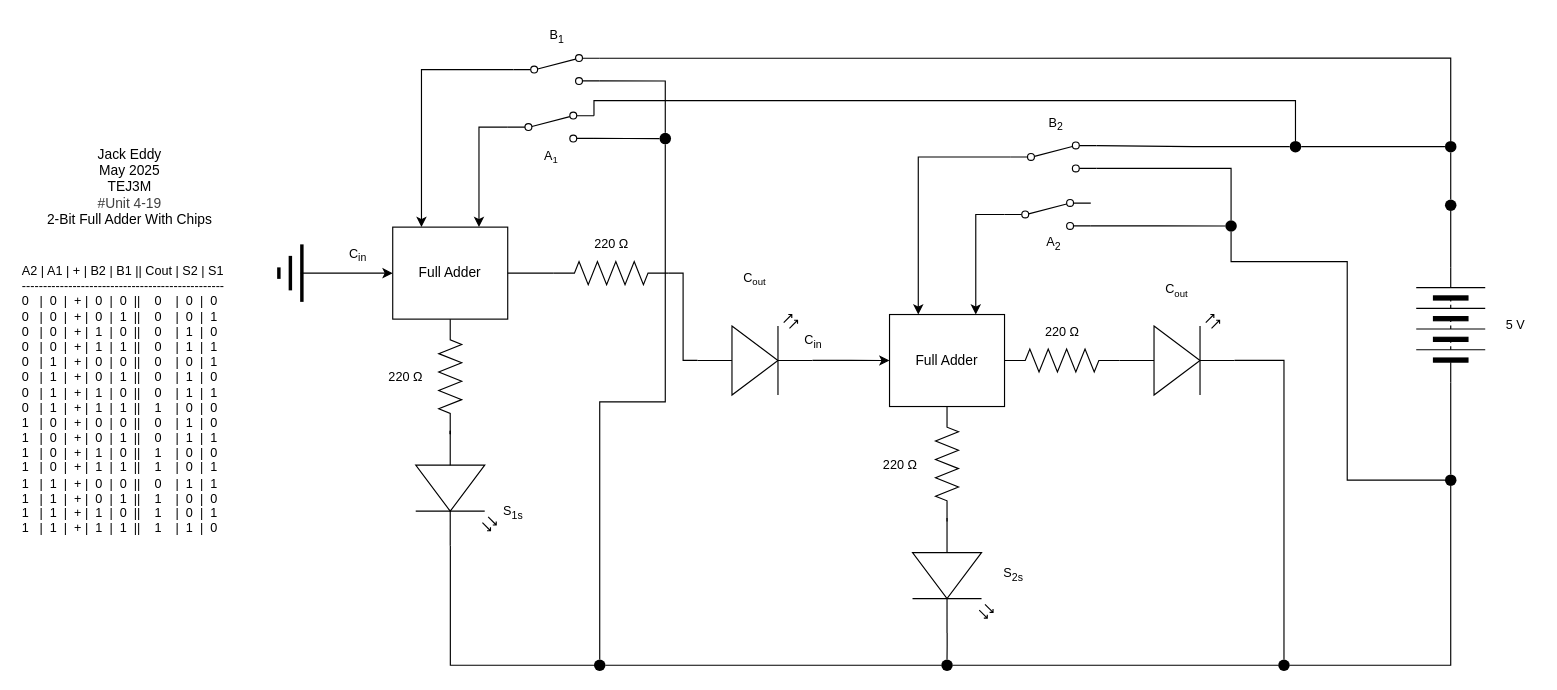
Jack-Eddy/TEJ3M-Unit4 keeps this draw.io diagram as Unit4-19.drawio. Above is the earlier version. Source tidied: cells renumbered, new cells numbered last; positions are measured from the earlier drawing's top-left corner, leaving out a move shared by most shapes. Both pictures are drawn from the tidied source at 115%, with x=0, y=0 at pixel (20, 20).
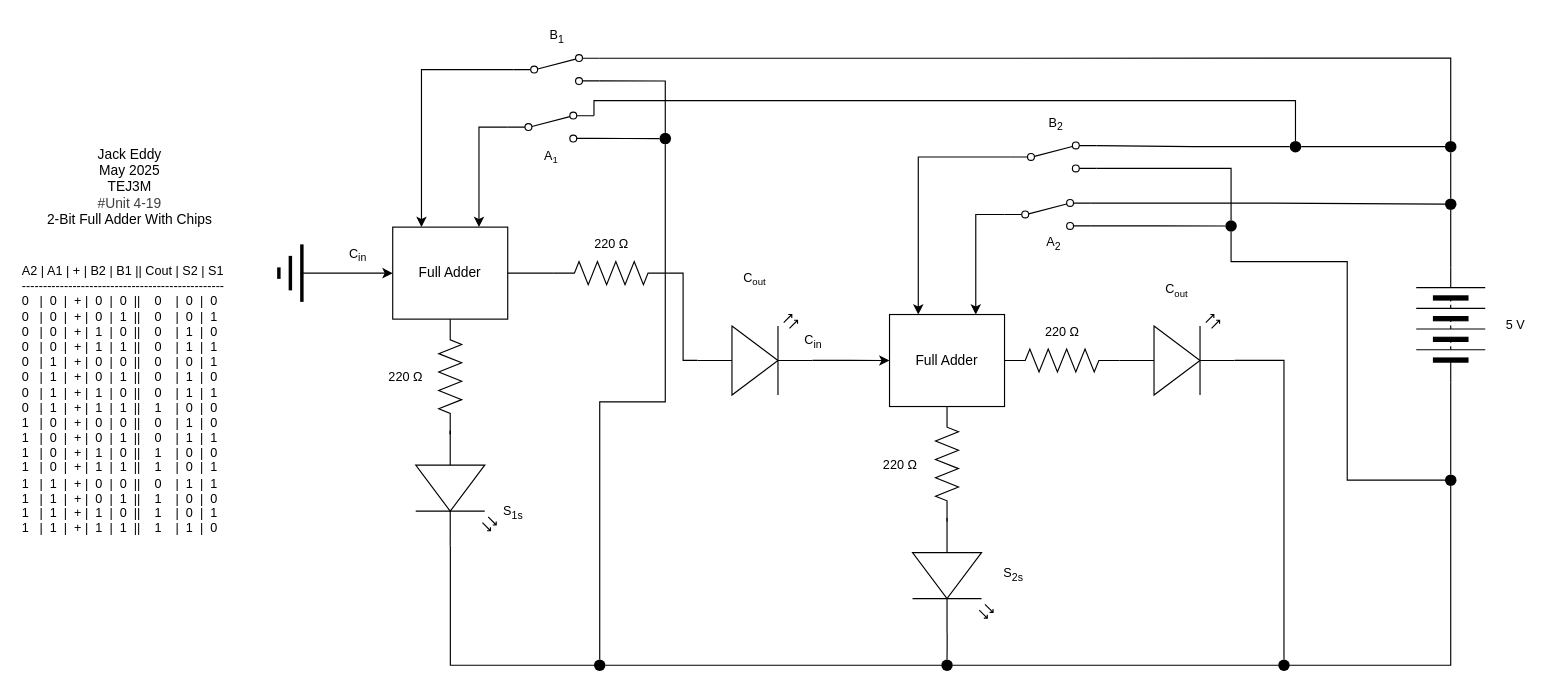
Above is the later version.

The change refers to these unchanged cells:
```xml
<mxCell id="48" style="html=1;shape=mxgraph.electrical.electro-mechanical.twoWaySwitch;elSwitchState=2;fontFamily=Helvetica;fontSize=11;fontColor=default;labelBackgroundColor=default;" parent="1" vertex="1">
  <mxGeometry x="856" y="156" width="75" height="26" as="geometry" />
</mxCell>
```

What changed in the source:
```diff
@@
+    <mxCell id="75" style="edgeStyle=orthogonalEdgeStyle;shape=connector;rounded=0;html=1;exitX=1;exitY=0.12;exitDx=0;exitDy=0;entryX=0;entryY=0.5;entryDx=0;entryDy=0;strokeColor=default;align=center;verticalAlign=middle;fontFamily=Helvetica;fontSize=11;fontColor=default;labelBackgroundColor=default;endArrow=none;endFill=0;" parent="1" edge="1" source="48" target="55">
+      <mxGeometry relative="1" as="geometry" />
+    </mxCell>
@@
     <mxCell id="55" style="shape=ellipse;fillColor=#000000;strokeColor=none;html=1;sketch=0;fontFamily=Helvetica;fontSize=11;fontColor=default;labelBackgroundColor=default;" parent="1" vertex="1">
-      <mxGeometry x="1239" y="156" width="10" height="10" as="geometry" />
+      <mxGeometry x="1239" y="155" width="10" height="10" as="geometry" />
     </mxCell>
```
